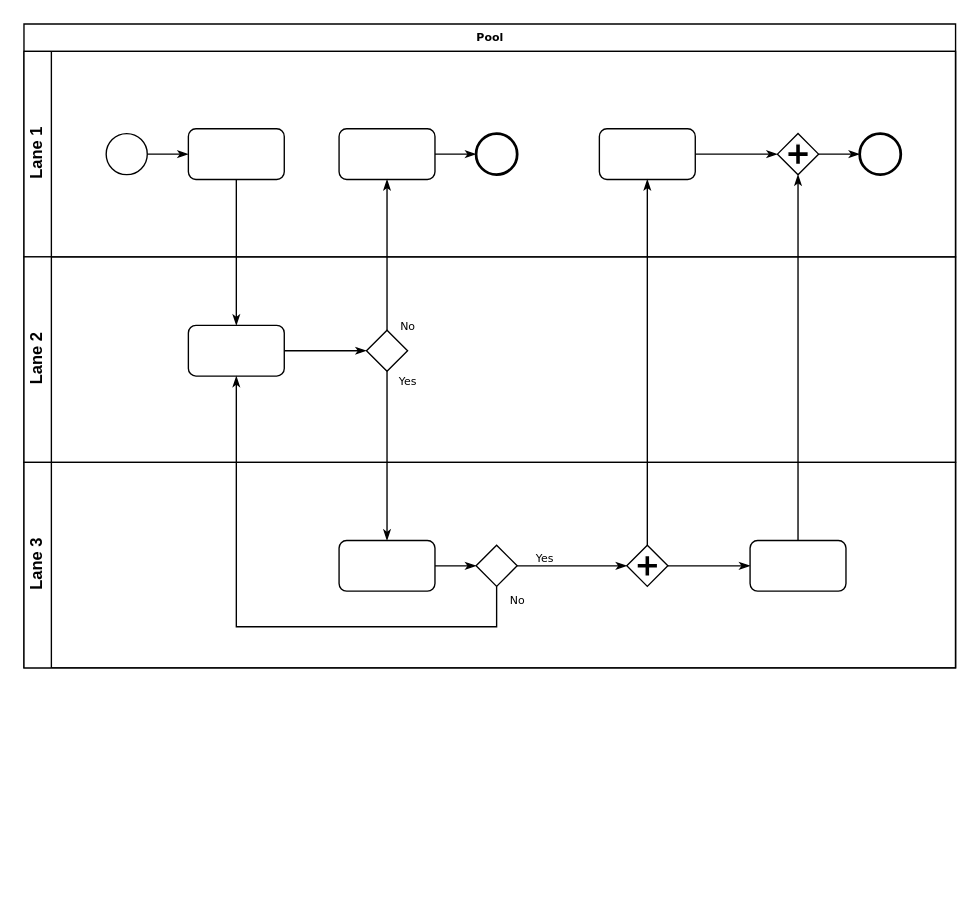
Above: 未命名表单.drawio in chenyibang/rdpwrap (draw.io), before the change. Source tidied: cells renumbered, new cells numbered last; positions are measured from the earlier drawing's top-left corner, leaving out a move shared by most shapes. Both pictures are drawn from the tidied source at 137%, with x=0, y=0 at pixel (23, 23).
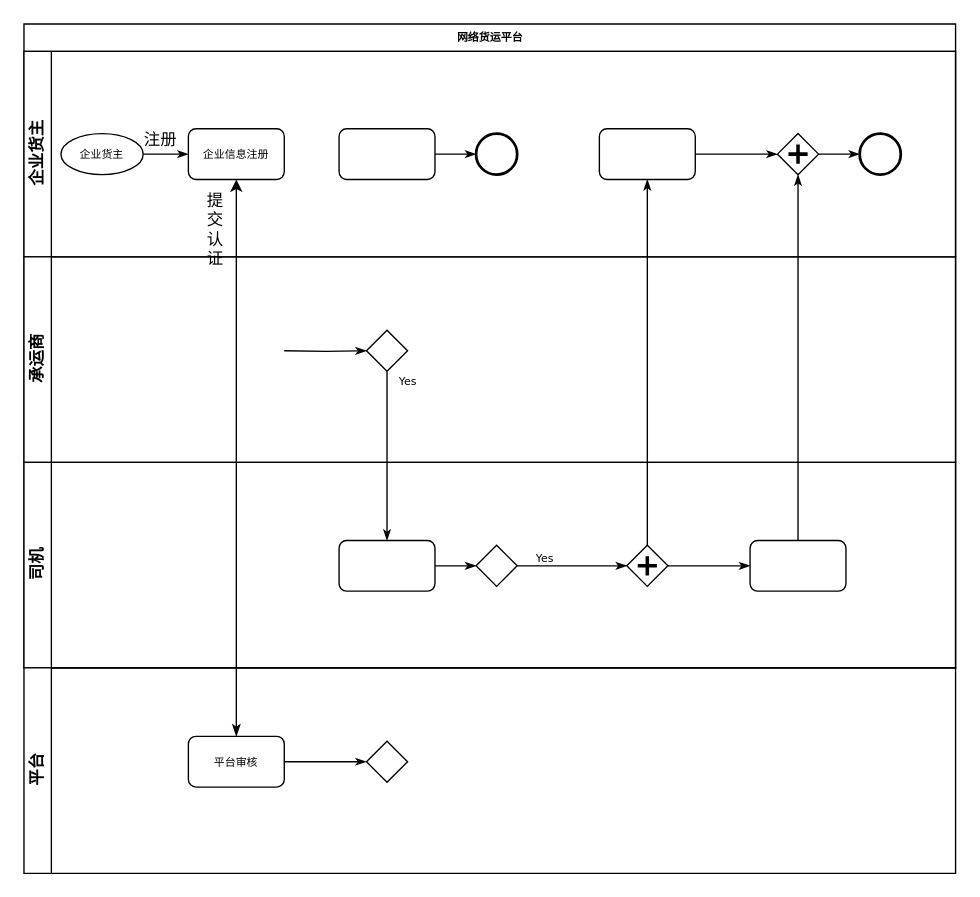
The same diagram, later.

Commit message:
更新未命名表单.drawio

The change refers to these unchanged cells:
```xml
<mxCell id="8" style="rounded=1;whiteSpace=wrap;html=1;shadow=0;labelBackgroundColor=none;strokeWidth=1;fontFamily=Verdana;fontSize=8;align=center;" parent="3" vertex="1">
  <mxGeometry x="230" y="56.5" width="70" height="37" as="geometry" />
</mxCell>
<mxCell id="18" style="strokeWidth=1;html=1;shape=mxgraph.flowchart.decision;whiteSpace=wrap;rounded=1;shadow=0;labelBackgroundColor=none;fontFamily=Verdana;fontSize=8;align=center;" parent="15" vertex="1">
  <mxGeometry x="250" y="53.5" width="30" height="30" as="geometry" />
</mxCell>
<mxCell id="23" style="strokeWidth=1;html=1;shape=mxgraph.flowchart.decision;whiteSpace=wrap;rounded=1;shadow=0;labelBackgroundColor=none;fontFamily=Verdana;fontSize=8;align=center;" parent="19" vertex="1">
  <mxGeometry x="330" y="60.5" width="30" height="30" as="geometry" />
</mxCell>
```

Change to the diagram source:
```diff
@@
-    <mxCell id="2" value="Pool" style="swimlane;html=1;horizontal=1;startSize=20;rounded=0;shadow=0;labelBackgroundColor=none;strokeWidth=1;fontFamily=Verdana;fontSize=8;align=center;" parent="1" vertex="1">
+    <mxCell id="2" value="网络货运平台" style="swimlane;html=1;horizontal=1;startSize=20;rounded=0;shadow=0;labelBackgroundColor=none;strokeWidth=1;fontFamily=Verdana;fontSize=8;align=center;" parent="1" vertex="1">
       <mxGeometry width="680" height="470" as="geometry" />
     </mxCell>
-    <mxCell id="3" value="Lane 1" style="swimlane;html=1;startSize=20;horizontal=0;" parent="2" vertex="1">
+    <mxCell id="3" value="企业货主" style="swimlane;html=1;startSize=20;horizontal=0;" parent="2" vertex="1">
       <mxGeometry y="20" width="680" height="150" as="geometry" />
     </mxCell>
@@
-    <mxCell id="5" style="ellipse;whiteSpace=wrap;html=1;rounded=0;shadow=0;labelBackgroundColor=none;strokeWidth=1;fontFamily=Verdana;fontSize=8;align=center;" parent="3" vertex="1">
-      <mxGeometry x="60" y="60" width="30" height="30" as="geometry" />
+    <mxCell id="5" value="企业货主" style="ellipse;whiteSpace=wrap;html=1;rounded=0;shadow=0;labelBackgroundColor=none;strokeWidth=1;fontFamily=Verdana;fontSize=8;align=center;" parent="3" vertex="1">
+      <mxGeometry x="27" y="60" width="60" height="30" as="geometry" />
     </mxCell>
-    <mxCell id="6" style="rounded=1;whiteSpace=wrap;html=1;shadow=0;labelBackgroundColor=none;strokeWidth=1;fontFamily=Verdana;fontSize=8;align=center;" parent="3" vertex="1">
+    <mxCell id="6" value="企业信息注册" style="rounded=1;whiteSpace=wrap;html=1;shadow=0;labelBackgroundColor=none;strokeWidth=1;fontFamily=Verdana;fontSize=8;align=center;" parent="3" vertex="1">
       <mxGeometry x="120" y="56.5" width="70" height="37" as="geometry" />
     </mxCell>
@@
+    <mxCell id="33" value="注册" style="text;html=1;strokeColor=none;fillColor=none;align=center;verticalAlign=middle;whiteSpace=wrap;rounded=0;" parent="3" vertex="1">
+      <mxGeometry x="80" y="55" width="40" height="20" as="geometry" />
+    </mxCell>
+    <mxCell id="34" value="提交认证" style="text;html=1;strokeColor=none;fillColor=none;align=center;verticalAlign=middle;whiteSpace=wrap;rounded=0;direction=south;" parent="3" vertex="1">
+      <mxGeometry x="130" y="110" width="20" height="40" as="geometry" />
+    </mxCell>
-    <mxCell id="15" value="Lane 2" style="swimlane;html=1;startSize=20;horizontal=0;" parent="2" vertex="1">
+    <mxCell id="15" value="承运商" style="swimlane;html=1;startSize=20;horizontal=0;" parent="2" vertex="1">
       <mxGeometry y="170" width="680" height="150" as="geometry" />
     </mxCell>
-    <mxCell id="16" style="edgeStyle=orthogonalEdgeStyle;rounded=0;html=1;labelBackgroundColor=none;startArrow=none;startFill=0;startSize=5;endArrow=classicThin;endFill=1;endSize=5;jettySize=auto;strokeWidth=1;fontFamily=Verdana;fontSize=8;" parent="15" edge="1" source="17" target="18">
-      <mxGeometry relative="1" as="geometry" />
+    <mxCell id="16" style="edgeStyle=orthogonalEdgeStyle;rounded=0;html=1;labelBackgroundColor=none;startArrow=none;startFill=0;startSize=5;endArrow=classicThin;endFill=1;endSize=5;jettySize=auto;strokeWidth=1;fontFamily=Verdana;fontSize=8;" parent="15" edge="1" target="18">
+      <mxGeometry relative="1" as="geometry">
+        <mxPoint x="190" y="68.5" as="sourcePoint" />
+      </mxGeometry>
     </mxCell>
-    <mxCell id="17" style="rounded=1;whiteSpace=wrap;html=1;shadow=0;labelBackgroundColor=none;strokeWidth=1;fontFamily=Verdana;fontSize=8;align=center;" parent="15" vertex="1">
-      <mxGeometry x="120" y="50" width="70" height="37" as="geometry" />
-    </mxCell>
@@
-    <mxCell id="19" value="Lane 3" style="swimlane;html=1;startSize=20;horizontal=0;" parent="2" vertex="1">
+    <mxCell id="19" value="司机" style="swimlane;html=1;startSize=20;horizontal=0;swimlaneLine=1;" parent="2" vertex="1">
       <mxGeometry y="320" width="680" height="150" as="geometry" />
     </mxCell>
@@
-    <mxCell id="27" style="edgeStyle=orthogonalEdgeStyle;rounded=0;html=1;labelBackgroundColor=none;startArrow=none;startFill=0;startSize=5;endArrow=classicThin;endFill=1;endSize=5;jettySize=auto;strokeWidth=1;fontFamily=Verdana;fontSize=8;" parent="2" edge="1" source="6" target="17">
-      <mxGeometry relative="1" as="geometry" />
-    </mxCell>
-    <mxCell id="28" value="No" style="edgeStyle=orthogonalEdgeStyle;rounded=0;html=1;labelBackgroundColor=none;startArrow=none;startFill=0;startSize=5;endArrow=classicThin;endFill=1;endSize=5;jettySize=auto;strokeWidth=1;fontFamily=Verdana;fontSize=8;" parent="2" edge="1" source="18" target="8">
-      <mxGeometry x="-0.94" y="-15" relative="1" as="geometry" />
-    </mxCell>
@@
-    <mxCell id="31" value="No" style="edgeStyle=orthogonalEdgeStyle;rounded=0;html=1;labelBackgroundColor=none;startArrow=none;startFill=0;startSize=5;endArrow=classicThin;endFill=1;endSize=5;jettySize=auto;strokeWidth=1;fontFamily=Verdana;fontSize=8;" parent="2" edge="1" source="23" target="17">
-      <mxGeometry x="-0.95" y="15" relative="1" as="geometry">
-        <Array as="points">
-          <mxPoint x="345" y="440" />
-          <mxPoint x="155" y="440" />
-        </Array>
-      </mxGeometry>
-    </mxCell>
@@
+    <mxCell id="35" value="平台" style="swimlane;html=1;startSize=20;horizontal=0;" parent="1" vertex="1">
+      <mxGeometry y="470" width="680" height="150" as="geometry" />
+    </mxCell>
+    <mxCell id="36" style="edgeStyle=orthogonalEdgeStyle;rounded=0;html=1;labelBackgroundColor=none;startArrow=none;startFill=0;startSize=5;endArrow=classicThin;endFill=1;endSize=5;jettySize=auto;strokeWidth=1;fontFamily=Verdana;fontSize=8;" parent="35" edge="1" source="37" target="38">
+      <mxGeometry relative="1" as="geometry" />
+    </mxCell>
+    <mxCell id="37" value="平台审核" style="rounded=1;whiteSpace=wrap;html=1;shadow=0;labelBackgroundColor=none;strokeWidth=1;fontFamily=Verdana;fontSize=8;align=center;" parent="35" vertex="1">
+      <mxGeometry x="120" y="50" width="70" height="37" as="geometry" />
+    </mxCell>
+    <mxCell id="38" style="strokeWidth=1;html=1;shape=mxgraph.flowchart.decision;whiteSpace=wrap;rounded=1;shadow=0;labelBackgroundColor=none;fontFamily=Verdana;fontSize=8;align=center;" parent="35" vertex="1">
+      <mxGeometry x="250" y="53.5" width="30" height="30" as="geometry" />
+    </mxCell>
+    <mxCell id="27" style="edgeStyle=orthogonalEdgeStyle;rounded=0;html=1;labelBackgroundColor=none;startArrow=classic;startFill=1;endArrow=classicThin;endFill=1;jettySize=auto;strokeWidth=1;fontFamily=Verdana;fontSize=8;entryX=0.5;entryY=0;entryDx=0;entryDy=0;" parent="1" edge="1" source="6" target="37">
+      <mxGeometry relative="1" as="geometry" />
+    </mxCell>
```
